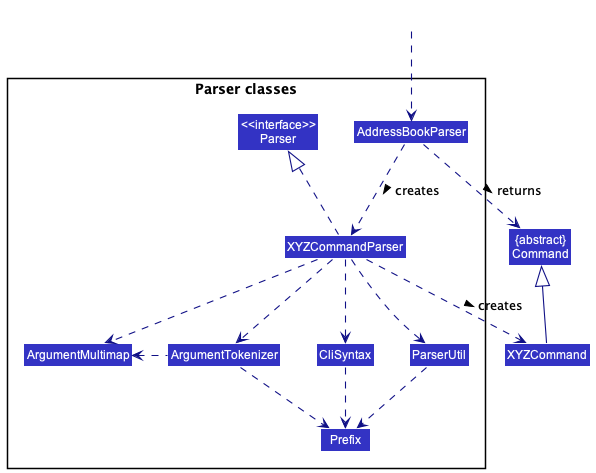
nus-cs2103-AY2223S1/tp keeps this PlantUML diagram as docs/images/ParserClasses.png. Above is the earlier version.
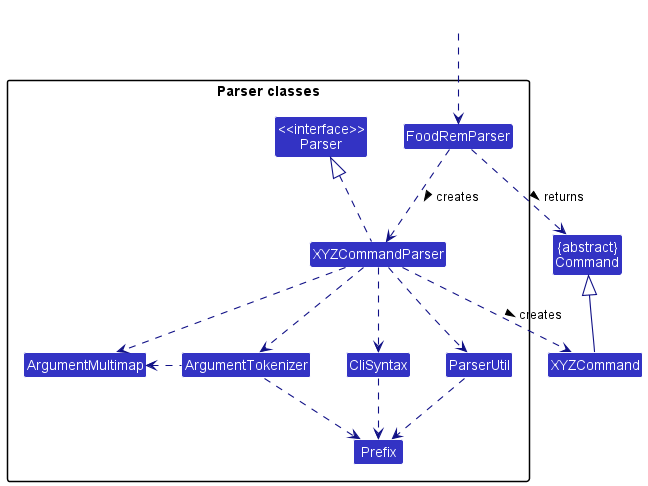
The same file after the commit.

Commit message:
Update Parser description and diagrams

What changed in the source:
```diff
@@ -9,7 +9,7 @@
 
 package "Parser classes"{
 Class "<<interface>>\nParser" as Parser
-Class AddressBookParser
+Class FoodRemParser
 Class XYZCommandParser
 Class CliSyntax
 Class ParserUtil
@@ -19,12 +19,12 @@
 }
 
 Class HiddenOutside #FFFFFF
-HiddenOutside ..> AddressBookParser
+HiddenOutside ..> FoodRemParser
 
-AddressBookParser .down.> XYZCommandParser: creates >
+FoodRemParser .down.> XYZCommandParser: creates >
 
 XYZCommandParser ..> XYZCommand : creates >
-AddressBookParser ..> Command : returns >
+FoodRemParser ..> Command : returns >
 XYZCommandParser .up.|> Parser
 XYZCommandParser ..> ArgumentMultimap
 XYZCommandParser ..> ArgumentTokenizer
```
